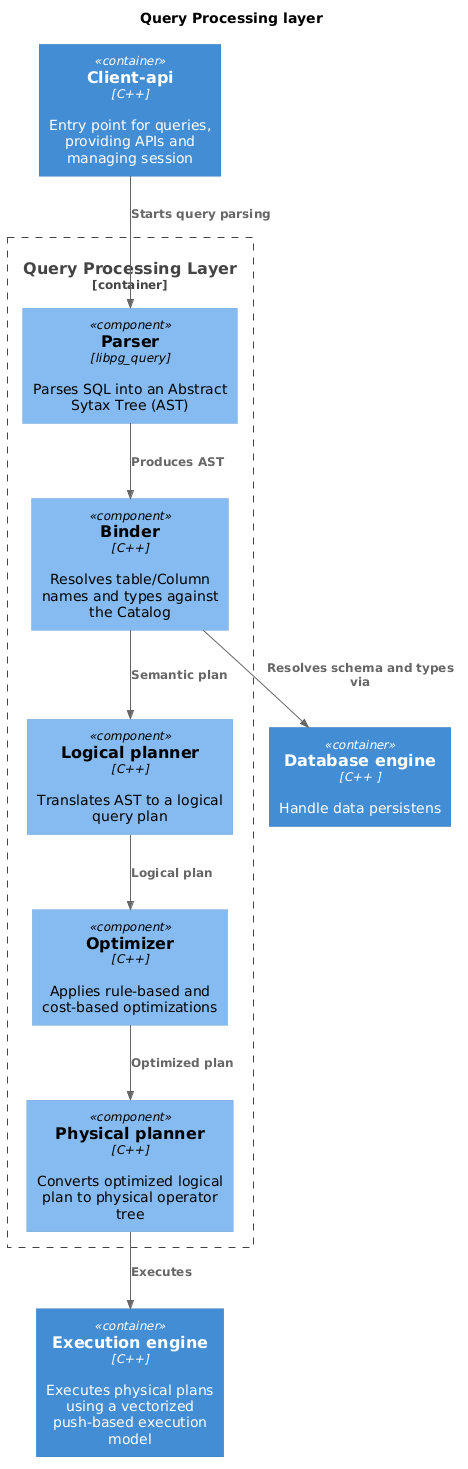
Earlier version of the PlantUML export reports/img/c4/level3/QPL.png (team-14-sda/project). Its diagram source:
```plantuml
@startuml
!includeurl https://raw.githubusercontent.com/plantuml-stdlib/C4-PlantUML/master/C4_Component.puml

title Query Processing layer



Container(client, "Client-api","C++","Entry point for queries, providing APIs and managing session")
Container_Boundary(QPL, "Query Processing Layer") {

    Component(parser, "Parser", "libpg_query", "Parses SQL into an Abstract Sytax Tree (AST)")
    Component(binder,"Binder","C++","Resolves table/Column names and types against the Catalog")
    Component(logicalPlanner,"Logical planner","C++","Translates AST to a logical query plan")
    Component(optimizer,"Optimizer","C++","Applies rule-based and cost-based optimizations")
    Component(physicalPlanner,"Physical planner","C++","Converts optimized logical plan to physical operator tree")
}
Container(executionEngine,"Execution engine","C++","Executes physical plans using a vectorized push-based execution model")
Container(DBE,"Database engine ","C++ ","Handle data persistens")

Rel(client, parser, "Starts query parsing")
Rel(parser, binder, "Produces AST")
Rel(binder, logicalPlanner, "Semantic plan")
Rel(binder, DBE, "Resolves schema and types via")
Rel(logicalPlanner, optimizer, "Logical plan")
Rel(optimizer, physicalPlanner, "Optimized plan")
Rel(physicalPlanner, executionEngine, "Executes")
@enduml
```
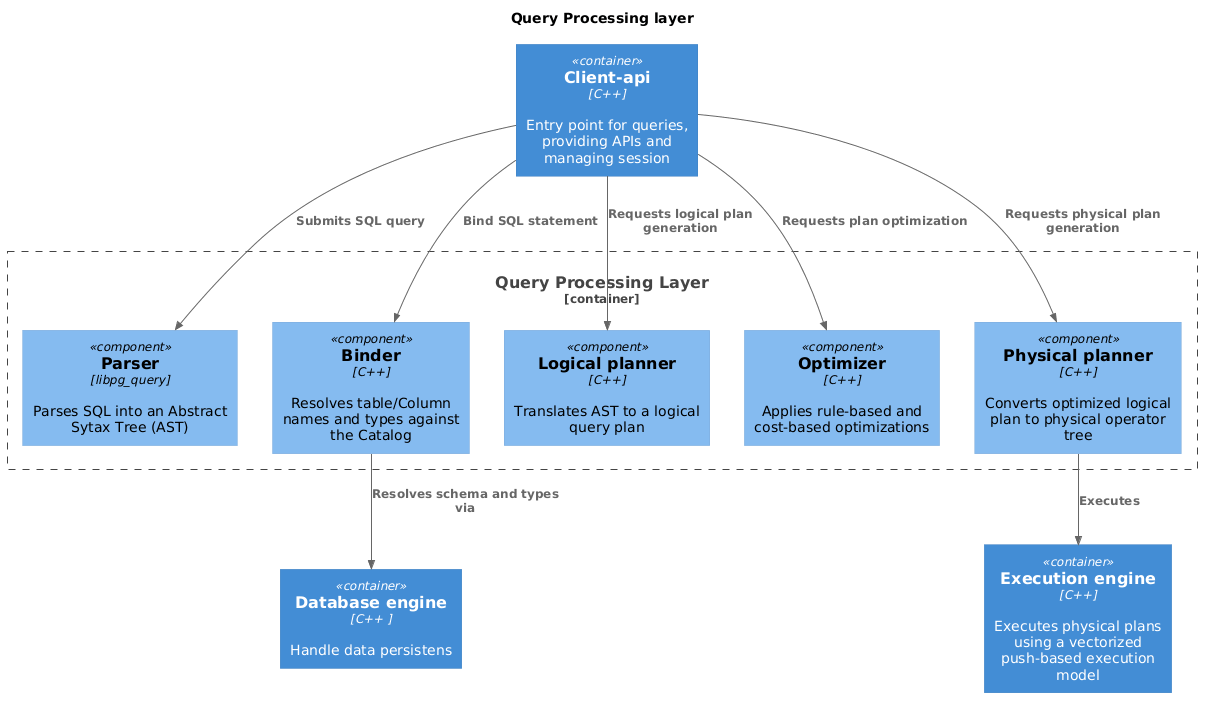
Above is the later version.

Commit message:
fix(Architecture.md): Updated the diagram according to today’s guidelines.

Change to the diagram source:
```diff
@@ -16,12 +16,11 @@
 }
 Container(executionEngine,"Execution engine","C++","Executes physical plans using a vectorized push-based execution model")
 Container(DBE,"Database engine ","C++ ","Handle data persistens")
-
-Rel(client, parser, "Starts query parsing")
-Rel(parser, binder, "Produces AST")
-Rel(binder, logicalPlanner, "Semantic plan")
+Rel(client, parser,"Submits SQL query")
+Rel(client, binder,"Bind SQL statement")
+Rel(client, optimizer,"Requests plan optimization")
+Rel(client, logicalPlanner,"Requests logical plan generation")
+Rel(client, physicalPlanner,"Requests physical plan generation")
 Rel(binder, DBE, "Resolves schema and types via")
-Rel(logicalPlanner, optimizer, "Logical plan")
-Rel(optimizer, physicalPlanner, "Optimized plan")
 Rel(physicalPlanner, executionEngine, "Executes")
 @enduml
```
